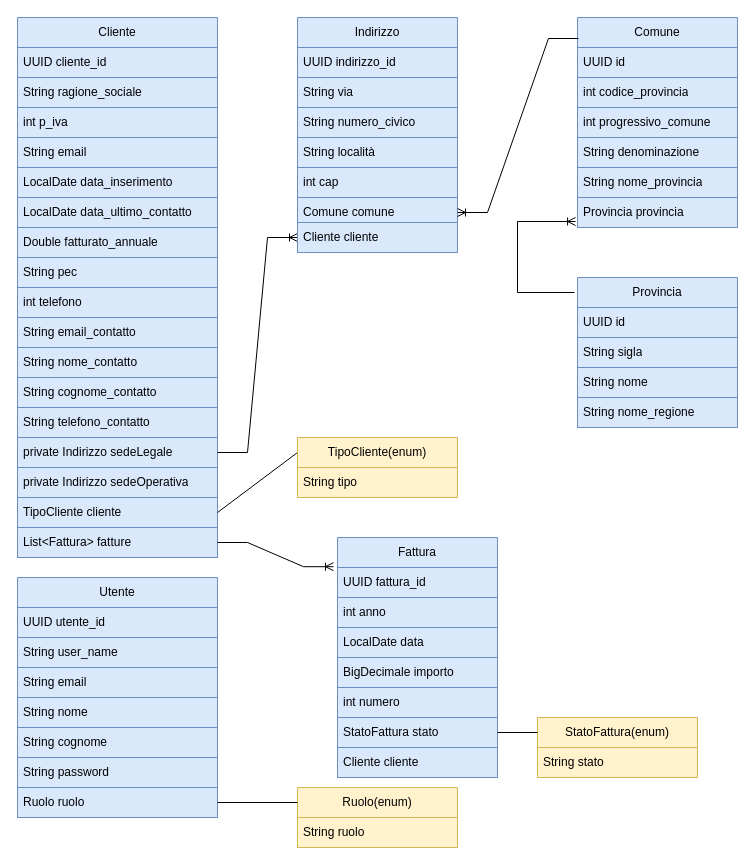
Peppe1795/BuildWeekFinale keeps this draw.io diagram as Diagramma_Progetto.drawio. Above is the earlier version. Source tidied: cells renumbered, new cells numbered last; positions are measured from the earlier drawing's top-left corner, leaving out a move shared by most shapes. Both pictures are drawn from the tidied source at 100%, with x=0, y=0 at pixel (17, 17).
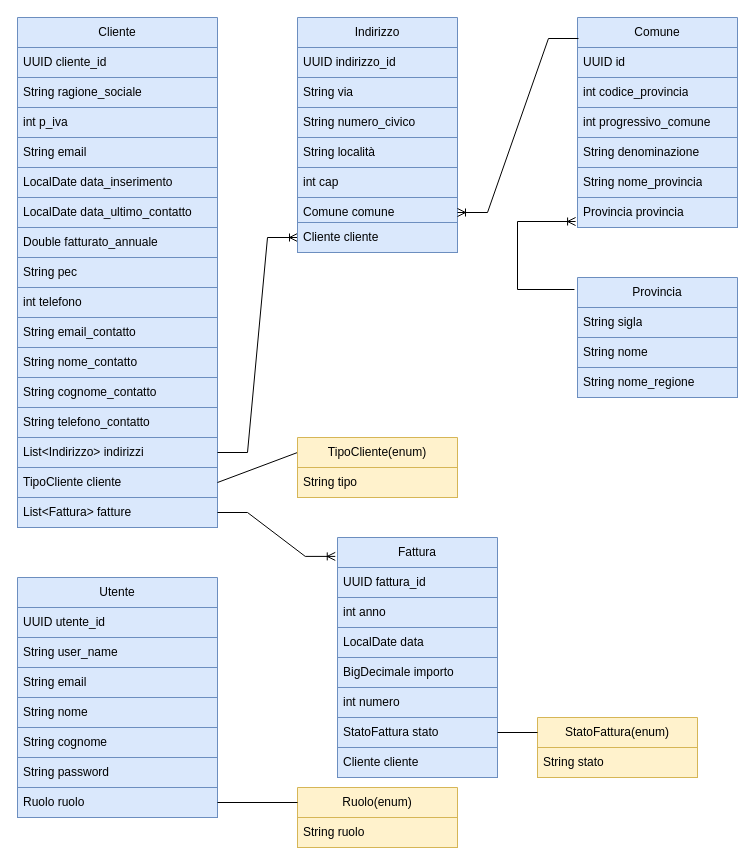
Above is the later version.

The change refers to these unchanged cells:
```xml
<mxCell id="34" value="Fattura" style="swimlane;fontStyle=0;horizontal=1;startSize=30;whiteSpace=wrap;html=1;fillColor=#dae8fc;strokeColor=#6c8ebf;" parent="1" vertex="1">
  <mxGeometry x="320" y="520" width="160" height="210" as="geometry" />
</mxCell>
```

Diff of the diagram source:
```diff
@@
     <mxCell id="9" value="Cliente" style="swimlane;fontStyle=0;horizontal=1;startSize=30;whiteSpace=wrap;html=1;fillColor=#dae8fc;strokeColor=#6c8ebf;" parent="1" vertex="1">
-      <mxGeometry width="200" height="540" as="geometry" />
+      <mxGeometry width="200" height="510" as="geometry" />
     </mxCell>
@@
-    <mxCell id="23" value="private Indirizzo sedeLegale" style="text;strokeColor=#6c8ebf;fillColor=#dae8fc;align=left;verticalAlign=middle;spacingLeft=4;spacingRight=4;overflow=hidden;points=[[0,0.5],[1,0.5]];portConstraint=eastwest;whiteSpace=wrap;html=1;" parent="9" vertex="1">
+    <mxCell id="23" value="List&amp;lt;Indirizzo&amp;gt; indirizzi" style="text;strokeColor=#6c8ebf;fillColor=#dae8fc;align=left;verticalAlign=middle;spacingLeft=4;spacingRight=4;overflow=hidden;points=[[0,0.5],[1,0.5]];portConstraint=eastwest;whiteSpace=wrap;html=1;" parent="9" vertex="1">
       <mxGeometry y="420" width="200" height="30" as="geometry" />
     </mxCell>
-    <mxCell id="24" value="private Indirizzo sedeOperativa" style="text;strokeColor=#6c8ebf;fillColor=#dae8fc;align=left;verticalAlign=middle;spacingLeft=4;spacingRight=4;overflow=hidden;whiteSpace=wrap;html=1;" parent="9" vertex="1">
-      <mxGeometry y="450" width="200" height="30" as="geometry" />
-    </mxCell>
     <mxCell id="25" value="TipoCliente cliente&amp;nbsp;" style="text;strokeColor=#6c8ebf;fillColor=#dae8fc;align=left;verticalAlign=middle;spacingLeft=4;spacingRight=4;overflow=hidden;points=[[0,0.5],[1,0.5]];portConstraint=eastwest;whiteSpace=wrap;html=1;" parent="9" vertex="1">
-      <mxGeometry y="480" width="200" height="30" as="geometry" />
+      <mxGeometry y="450" width="200" height="30" as="geometry" />
     </mxCell>
     <mxCell id="26" value="List&amp;lt;Fattura&amp;gt; fatture" style="text;strokeColor=#6c8ebf;fillColor=#dae8fc;align=left;verticalAlign=middle;spacingLeft=4;spacingRight=4;overflow=hidden;points=[[0,0.5],[1,0.5]];portConstraint=eastwest;whiteSpace=wrap;html=1;" parent="9" vertex="1">
-      <mxGeometry y="510" width="200" height="30" as="geometry" />
+      <mxGeometry y="480" width="200" height="30" as="geometry" />
     </mxCell>
@@
-    <mxCell id="54" style="edgeStyle=entityRelationEdgeStyle;fontSize=12;html=1;endArrow=ERoneToMany;rounded=0;exitX=1;exitY=0.5;exitDx=0;exitDy=0;entryX=-0.025;entryY=0.139;entryDx=0;entryDy=0;entryPerimeter=0;" parent="1" edge="1" source="26" target="34">
+    <mxCell id="54" style="edgeStyle=entityRelationEdgeStyle;fontSize=12;html=1;endArrow=ERoneToMany;rounded=0;exitX=1;exitY=0.5;exitDx=0;exitDy=0;entryX=-0.014;entryY=0.09;entryDx=0;entryDy=0;entryPerimeter=0;" parent="1" edge="1" source="26" target="34">
       <mxGeometry relative="1" as="geometry" />
     </mxCell>
@@
     <mxCell id="58" value="Provincia" style="swimlane;fontStyle=0;horizontal=1;startSize=30;whiteSpace=wrap;html=1;fillColor=#dae8fc;strokeColor=#6c8ebf;" parent="1" vertex="1">
-      <mxGeometry x="560" y="260" width="160" height="150" as="geometry" />
+      <mxGeometry x="560" y="260" width="160" height="120" as="geometry" />
     </mxCell>
-    <mxCell id="59" value="UUID id" style="text;strokeColor=#6c8ebf;fillColor=#dae8fc;align=left;verticalAlign=middle;spacingLeft=4;spacingRight=4;overflow=hidden;whiteSpace=wrap;html=1;" parent="58" vertex="1">
-      <mxGeometry y="30" width="160" height="30" as="geometry" />
-    </mxCell>
     <mxCell id="60" value="String sigla" style="text;strokeColor=#6c8ebf;fillColor=#dae8fc;align=left;verticalAlign=middle;spacingLeft=4;spacingRight=4;overflow=hidden;whiteSpace=wrap;html=1;" parent="58" vertex="1">
-      <mxGeometry y="60" width="160" height="30" as="geometry" />
+      <mxGeometry y="30" width="160" height="30" as="geometry" />
     </mxCell>
     <mxCell id="61" value="String nome" style="text;strokeColor=#6c8ebf;fillColor=#dae8fc;align=left;verticalAlign=middle;spacingLeft=4;spacingRight=4;overflow=hidden;whiteSpace=wrap;html=1;" parent="58" vertex="1">
-      <mxGeometry y="90" width="160" height="30" as="geometry" />
+      <mxGeometry y="60" width="160" height="30" as="geometry" />
     </mxCell>
     <mxCell id="62" value="String nome_regione" style="text;strokeColor=#6c8ebf;fillColor=#dae8fc;align=left;verticalAlign=middle;spacingLeft=4;spacingRight=4;overflow=hidden;whiteSpace=wrap;html=1;" parent="58" vertex="1">
-      <mxGeometry y="120" width="160" height="30" as="geometry" />
+      <mxGeometry y="90" width="160" height="30" as="geometry" />
     </mxCell>
```
